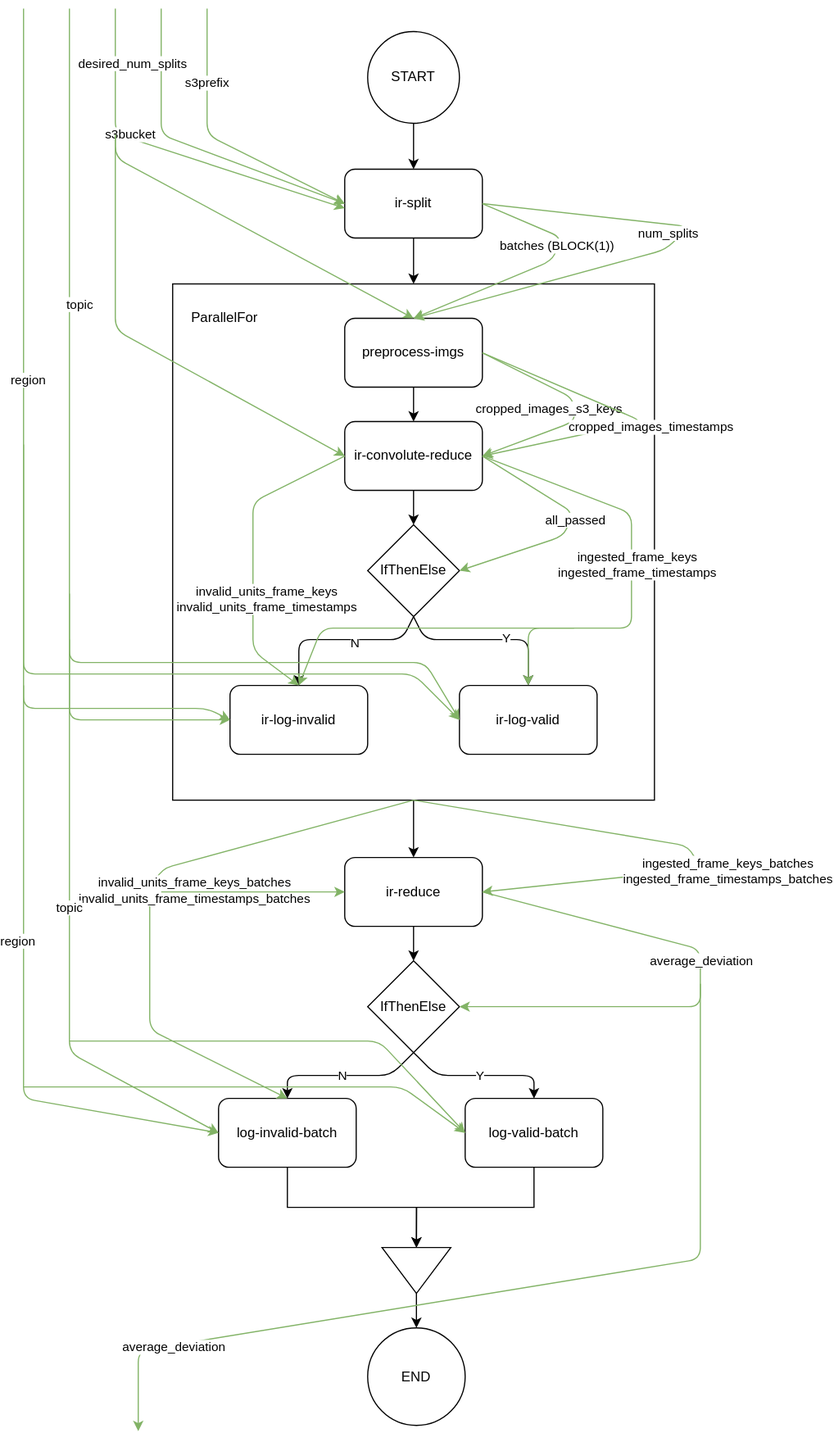
gipfelen/Image-Convolution keeps this draw.io diagram as diagrams/workflow.svg. Above is the earlier version. Source tidied: cells renumbered, new cells last; positions are measured from the earlier drawing's top-left corner, leaving out a move shared by most shapes.
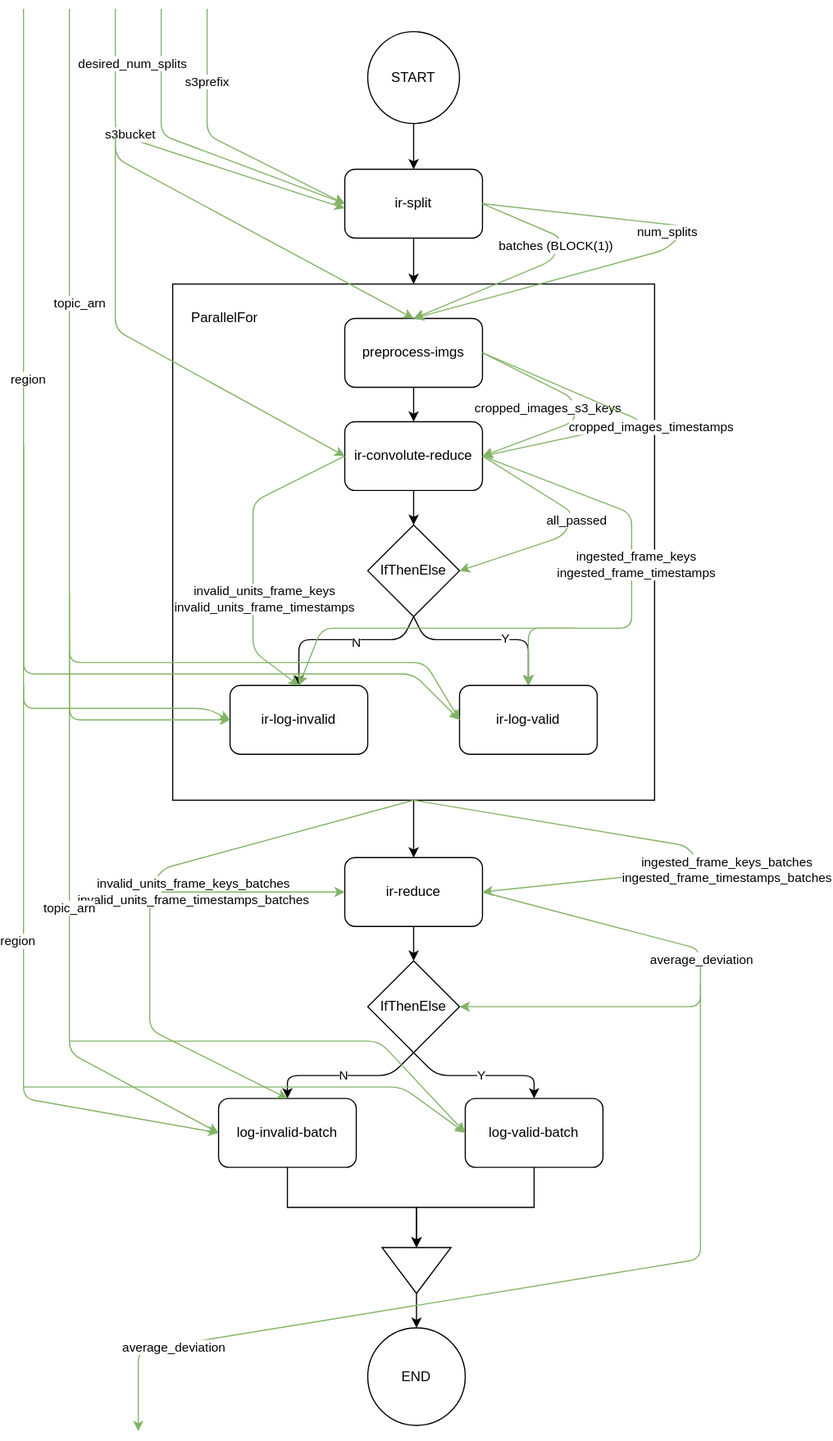
The same diagram one commit later.

Diff of the diagram source:
```diff
@@ -217,7 +217,7 @@
         <mxPoint x="27" y="19" as="offset" />
       </mxGeometry>
     </mxCell>
-    <mxCell id="47" value="topic" style="endArrow=classic;html=1;fillColor=#d5e8d4;strokeColor=#82b366;entryX=0;entryY=0.5;entryDx=0;entryDy=0;" parent="1" edge="1" target="8">
+    <mxCell id="47" value="topic_arn" style="endArrow=classic;html=1;fillColor=#d5e8d4;strokeColor=#82b366;entryX=0;entryY=0.5;entryDx=0;entryDy=0;" parent="1" edge="1" target="8">
       <mxGeometry x="-0.32" y="9" relative="1" as="geometry">
         <mxPoint x="40" as="sourcePoint" />
         <Array as="points">
@@ -304,7 +304,7 @@
         <mxPoint x="-59.5" y="-146.5" as="offset" />
       </mxGeometry>
     </mxCell>
-    <mxCell id="59" value="topic" style="endArrow=classic;html=1;entryX=0;entryY=0.5;entryDx=0;entryDy=0;fillColor=#d5e8d4;strokeColor=#82b366;" parent="1" edge="1" target="27">
+    <mxCell id="59" value="topic_arn" style="endArrow=classic;html=1;entryX=0;entryY=0.5;entryDx=0;entryDy=0;fillColor=#d5e8d4;strokeColor=#82b366;" parent="1" edge="1" target="27">
       <mxGeometry relative="1" as="geometry">
         <mxPoint x="40" y="510" as="sourcePoint" />
         <Array as="points">
```
